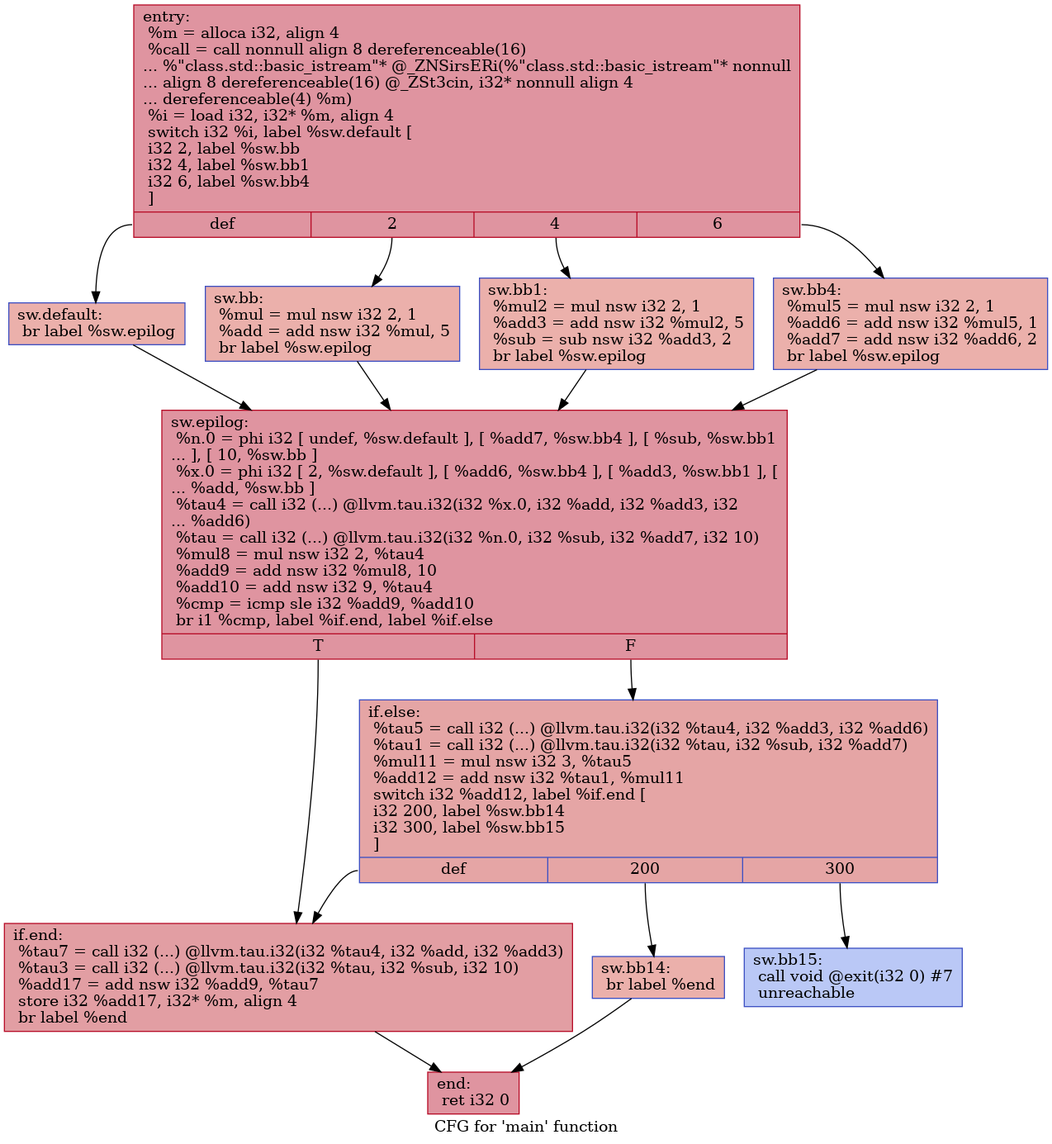
The Graphviz diagram IR/cfg/afterHPSSA.dot.png in HPSSA-LLVM/HPSSA-LLVM, before a commit. Its source is kept beside it as IR/cfg/afterHPSSA.dot.
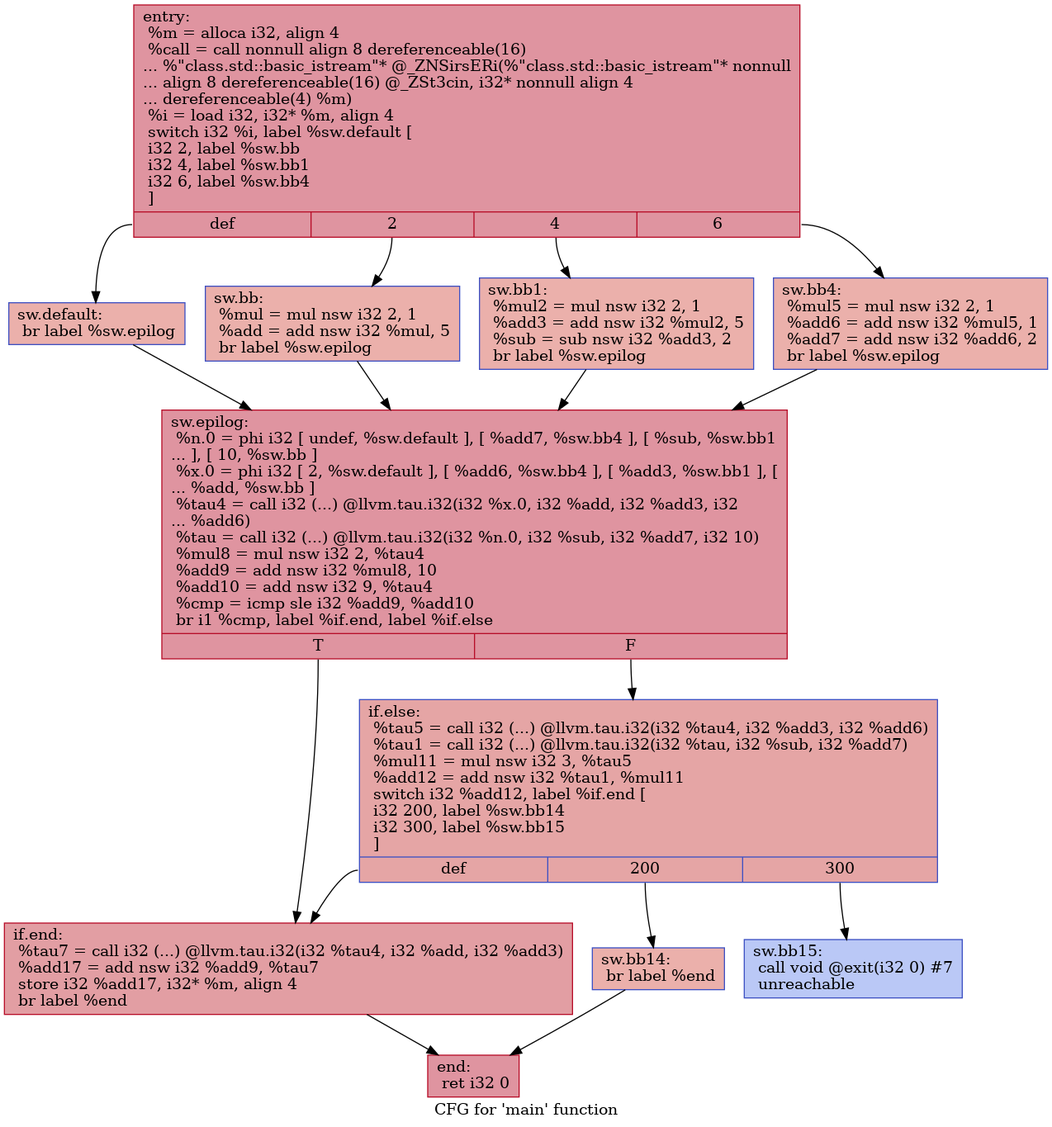
The same diagram one commit later.

The edit, as a diff of the source:
```diff
@@ -1,30 +1,30 @@
 digraph "CFG for 'main' function" {
 	label="CFG for 'main' function";
 
-	Node0x55f6c22ce230 [shape=record,color="#b70d28ff", style=filled, fillcolor="#b70d2870",label="{entry:\l  %m = alloca i32, align 4\l  %call = call nonnull align 8 dereferenceable(16)\l... %\"class.std::basic_istream\"* @_ZNSirsERi(%\"class.std::basic_istream\"* nonnull\l... align 8 dereferenceable(16) @_ZSt3cin, i32* nonnull align 4\l... dereferenceable(4) %m)\l  %i = load i32, i32* %m, align 4\l  switch i32 %i, label %sw.default [\l    i32 2, label %sw.bb\l    i32 4, label %sw.bb1\l    i32 6, label %sw.bb4\l  ]\l|{<s0>def|<s1>2|<s2>4|<s3>6}}"];
-	Node0x55f6c22ce230:s0 -> Node0x55f6c22ce670;
-	Node0x55f6c22ce230:s1 -> Node0x55f6c22ce780;
-	Node0x55f6c22ce230:s2 -> Node0x55f6c22ce880;
-	Node0x55f6c22ce230:s3 -> Node0x55f6c22ce980;
-	Node0x55f6c22ce780 [shape=record,color="#3d50c3ff", style=filled, fillcolor="#d24b4070",label="{sw.bb:                                            \l  %mul = mul nsw i32 2, 1\l  %add = add nsw i32 %mul, 5\l  br label %sw.epilog\l}"];
-	Node0x55f6c22ce780 -> Node0x55f6c22cec30;
-	Node0x55f6c22ce880 [shape=record,color="#3d50c3ff", style=filled, fillcolor="#d24b4070",label="{sw.bb1:                                           \l  %mul2 = mul nsw i32 2, 1\l  %add3 = add nsw i32 %mul2, 5\l  %sub = sub nsw i32 %add3, 2\l  br label %sw.epilog\l}"];
-	Node0x55f6c22ce880 -> Node0x55f6c22cec30;
-	Node0x55f6c22ce980 [shape=record,color="#3d50c3ff", style=filled, fillcolor="#d24b4070",label="{sw.bb4:                                           \l  %mul5 = mul nsw i32 2, 1\l  %add6 = add nsw i32 %mul5, 1\l  %add7 = add nsw i32 %add6, 2\l  br label %sw.epilog\l}"];
-	Node0x55f6c22ce980 -> Node0x55f6c22cec30;
-	Node0x55f6c22ce670 [shape=record,color="#3d50c3ff", style=filled, fillcolor="#d24b4070",label="{sw.default:                                       \l  br label %sw.epilog\l}"];
-	Node0x55f6c22ce670 -> Node0x55f6c22cec30;
-	Node0x55f6c22cec30 [shape=record,color="#b70d28ff", style=filled, fillcolor="#b70d2870",label="{sw.epilog:                                        \l  %n.0 = phi i32 [ undef, %sw.default ], [ %add7, %sw.bb4 ], [ %sub, %sw.bb1\l... ], [ 10, %sw.bb ]\l  %x.0 = phi i32 [ 2, %sw.default ], [ %add6, %sw.bb4 ], [ %add3, %sw.bb1 ], [\l... %add, %sw.bb ]\l  %tau4 = call i32 (...) @llvm.tau.i32(i32 %x.0, i32 %add, i32 %add3, i32\l... %add6)\l  %tau = call i32 (...) @llvm.tau.i32(i32 %n.0, i32 %sub, i32 %add7, i32 10)\l  %mul8 = mul nsw i32 2, %tau4\l  %add9 = add nsw i32 %mul8, 10\l  %add10 = add nsw i32 9, %tau4\l  %cmp = icmp sle i32 %add9, %add10\l  br i1 %cmp, label %if.end, label %if.else\l|{<s0>T|<s1>F}}"];
-	Node0x55f6c22cec30:s0 -> Node0x55f6c22d0480;
-	Node0x55f6c22cec30:s1 -> Node0x55f6c22d04f0;
-	Node0x55f6c22d04f0 [shape=record,color="#3d50c3ff", style=filled, fillcolor="#c5333470",label="{if.else:                                          \l  %tau5 = call i32 (...) @llvm.tau.i32(i32 %tau4, i32 %add3, i32 %add6)\l  %tau1 = call i32 (...) @llvm.tau.i32(i32 %tau, i32 %sub, i32 %add7)\l  %mul11 = mul nsw i32 3, %tau5\l  %add12 = add nsw i32 %tau1, %mul11\l  switch i32 %add12, label %if.end [\l    i32 200, label %sw.bb14\l    i32 300, label %sw.bb15\l  ]\l|{<s0>def|<s1>200|<s2>300}}"];
-	Node0x55f6c22d04f0:s0 -> Node0x55f6c22d0480;
-	Node0x55f6c22d04f0:s1 -> Node0x55f6c22d08b0;
-	Node0x55f6c22d04f0:s2 -> Node0x55f6c22d0950;
-	Node0x55f6c22d08b0 [shape=record,color="#3d50c3ff", style=filled, fillcolor="#d24b4070",label="{sw.bb14:                                          \l  br label %end\l}"];
-	Node0x55f6c22d08b0 -> Node0x55f6c22d0ae0;
-	Node0x55f6c22d0950 [shape=record,color="#3d50c3ff", style=filled, fillcolor="#6282ea70",label="{sw.bb15:                                          \l  call void @exit(i32 0) #7\l  unreachable\l}"];
-	Node0x55f6c22d0480 [shape=record,color="#b70d28ff", style=filled, fillcolor="#be242e70",label="{if.end:                                           \l  %tau7 = call i32 (...) @llvm.tau.i32(i32 %tau4, i32 %add, i32 %add3)\l  %tau3 = call i32 (...) @llvm.tau.i32(i32 %tau, i32 %sub, i32 10)\l  %add17 = add nsw i32 %add9, %tau7\l  store i32 %add17, i32* %m, align 4\l  br label %end\l}"];
-	Node0x55f6c22d0480 -> Node0x55f6c22d0ae0;
-	Node0x55f6c22d0ae0 [shape=record,color="#b70d28ff", style=filled, fillcolor="#b70d2870",label="{end:                                              \l  ret i32 0\l}"];
+	Node0x565256aaf170 [shape=record,color="#b70d28ff", style=filled, fillcolor="#b70d2870",label="{entry:\l  %m = alloca i32, align 4\l  %call = call nonnull align 8 dereferenceable(16)\l... %\"class.std::basic_istream\"* @_ZNSirsERi(%\"class.std::basic_istream\"* nonnull\l... align 8 dereferenceable(16) @_ZSt3cin, i32* nonnull align 4\l... dereferenceable(4) %m)\l  %i = load i32, i32* %m, align 4\l  switch i32 %i, label %sw.default [\l    i32 2, label %sw.bb\l    i32 4, label %sw.bb1\l    i32 6, label %sw.bb4\l  ]\l|{<s0>def|<s1>2|<s2>4|<s3>6}}"];
+	Node0x565256aaf170:s0 -> Node0x565256aaf5b0;
+	Node0x565256aaf170:s1 -> Node0x565256aaf6c0;
+	Node0x565256aaf170:s2 -> Node0x565256aaf7c0;
+	Node0x565256aaf170:s3 -> Node0x565256aaf8c0;
+	Node0x565256aaf6c0 [shape=record,color="#3d50c3ff", style=filled, fillcolor="#d24b4070",label="{sw.bb:                                            \l  %mul = mul nsw i32 2, 1\l  %add = add nsw i32 %mul, 5\l  br label %sw.epilog\l}"];
+	Node0x565256aaf6c0 -> Node0x565256aafb70;
+	Node0x565256aaf7c0 [shape=record,color="#3d50c3ff", style=filled, fillcolor="#d24b4070",label="{sw.bb1:                                           \l  %mul2 = mul nsw i32 2, 1\l  %add3 = add nsw i32 %mul2, 5\l  %sub = sub nsw i32 %add3, 2\l  br label %sw.epilog\l}"];
+	Node0x565256aaf7c0 -> Node0x565256aafb70;
+	Node0x565256aaf8c0 [shape=record,color="#3d50c3ff", style=filled, fillcolor="#d24b4070",label="{sw.bb4:                                           \l  %mul5 = mul nsw i32 2, 1\l  %add6 = add nsw i32 %mul5, 1\l  %add7 = add nsw i32 %add6, 2\l  br label %sw.epilog\l}"];
+	Node0x565256aaf8c0 -> Node0x565256aafb70;
+	Node0x565256aaf5b0 [shape=record,color="#3d50c3ff", style=filled, fillcolor="#d24b4070",label="{sw.default:                                       \l  br label %sw.epilog\l}"];
+	Node0x565256aaf5b0 -> Node0x565256aafb70;
+	Node0x565256aafb70 [shape=record,color="#b70d28ff", style=filled, fillcolor="#b70d2870",label="{sw.epilog:                                        \l  %n.0 = phi i32 [ undef, %sw.default ], [ %add7, %sw.bb4 ], [ %sub, %sw.bb1\l... ], [ 10, %sw.bb ]\l  %x.0 = phi i32 [ 2, %sw.default ], [ %add6, %sw.bb4 ], [ %add3, %sw.bb1 ], [\l... %add, %sw.bb ]\l  %tau4 = call i32 (...) @llvm.tau.i32(i32 %x.0, i32 %add, i32 %add3, i32\l... %add6)\l  %tau = call i32 (...) @llvm.tau.i32(i32 %n.0, i32 %sub, i32 %add7, i32 10)\l  %mul8 = mul nsw i32 2, %tau4\l  %add9 = add nsw i32 %mul8, 10\l  %add10 = add nsw i32 9, %tau4\l  %cmp = icmp sle i32 %add9, %add10\l  br i1 %cmp, label %if.end, label %if.else\l|{<s0>T|<s1>F}}"];
+	Node0x565256aafb70:s0 -> Node0x565256ab13c0;
+	Node0x565256aafb70:s1 -> Node0x565256ab1430;
+	Node0x565256ab1430 [shape=record,color="#3d50c3ff", style=filled, fillcolor="#c5333470",label="{if.else:                                          \l  %tau5 = call i32 (...) @llvm.tau.i32(i32 %tau4, i32 %add3, i32 %add6)\l  %tau1 = call i32 (...) @llvm.tau.i32(i32 %tau, i32 %sub, i32 %add7)\l  %mul11 = mul nsw i32 3, %tau5\l  %add12 = add nsw i32 %tau1, %mul11\l  switch i32 %add12, label %if.end [\l    i32 200, label %sw.bb14\l    i32 300, label %sw.bb15\l  ]\l|{<s0>def|<s1>200|<s2>300}}"];
+	Node0x565256ab1430:s0 -> Node0x565256ab13c0;
+	Node0x565256ab1430:s1 -> Node0x565256ab17f0;
+	Node0x565256ab1430:s2 -> Node0x565256ab1890;
+	Node0x565256ab17f0 [shape=record,color="#3d50c3ff", style=filled, fillcolor="#d24b4070",label="{sw.bb14:                                          \l  br label %end\l}"];
+	Node0x565256ab17f0 -> Node0x565256ab1a20;
+	Node0x565256ab1890 [shape=record,color="#3d50c3ff", style=filled, fillcolor="#6282ea70",label="{sw.bb15:                                          \l  call void @exit(i32 0) #7\l  unreachable\l}"];
+	Node0x565256ab13c0 [shape=record,color="#b70d28ff", style=filled, fillcolor="#be242e70",label="{if.end:                                           \l  %tau7 = call i32 (...) @llvm.tau.i32(i32 %tau4, i32 %add, i32 %add3)\l  %add17 = add nsw i32 %add9, %tau7\l  store i32 %add17, i32* %m, align 4\l  br label %end\l}"];
+	Node0x565256ab13c0 -> Node0x565256ab1a20;
+	Node0x565256ab1a20 [shape=record,color="#b70d28ff", style=filled, fillcolor="#b70d2870",label="{end:                                              \l  ret i32 0\l}"];
 }
```
